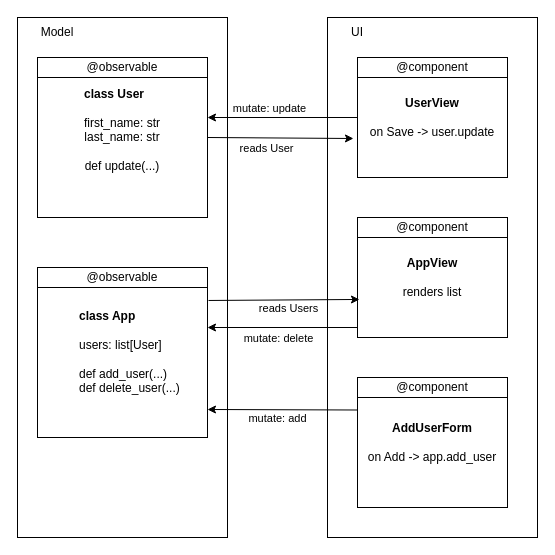
Before: website/static/docs/assets/cookbook/declarative-vs-imperative-crud-app/crud-declarative.drawio in flet-dev/flet, a draw.io diagram. Source tidied: cells renumbered, new cells numbered last; positions are measured from the earlier drawing's top-left corner, leaving out a move shared by most shapes. Both pictures are drawn from the tidied source at 100%, with x=0, y=0 at pixel (17, 17).
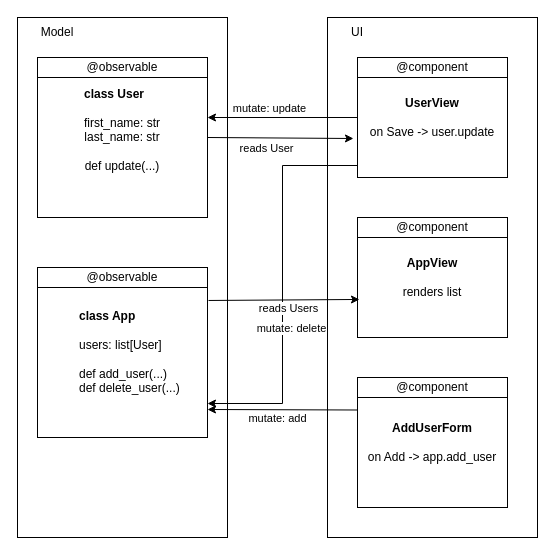
The same page after the edit.

Commit message (it also covers changes not shown here):
docs: fix declarative diagram's delete arrow, minor wording precision

Unchanged cells that the change refers to:
```xml
<mxCell id="4" value="&lt;b&gt;UserView&lt;/b&gt;&lt;div&gt;&lt;br&gt;&lt;/div&gt;&lt;div&gt;on Save -&amp;gt; user.update&lt;/div&gt;" style="rounded=0;whiteSpace=wrap;html=1;" parent="2" vertex="1">
  <mxGeometry x="30" y="40" width="150" height="120" as="geometry" />
</mxCell>
<mxCell id="17" value="&lt;blockquote style=&quot;margin: 0 0 0 40px; border: none; padding: 0px;&quot;&gt;&lt;b&gt;class App&lt;/b&gt;&lt;div&gt;&lt;br&gt;&lt;/div&gt;&lt;div&gt;users: list[User]&lt;/div&gt;&lt;div&gt;&lt;br&gt;&lt;/div&gt;&lt;div&gt;def add_user(...)&lt;/div&gt;&lt;div&gt;def delete_user(...)&lt;/div&gt;&lt;/blockquote&gt;" style="rounded=0;whiteSpace=wrap;html=1;align=left;" parent="16" vertex="1">
  <mxGeometry width="170" height="170" as="geometry" />
</mxCell>
```

Change to the diagram source:
```diff
@@
-    <mxCell id="21" style="endArrow=classic;html=1;rounded=0;" parent="1" edge="1">
-      <mxGeometry relative="1" as="geometry">
-        <mxPoint x="340" y="310" as="sourcePoint" />
-        <mxPoint x="190" y="310" as="targetPoint" />
-      </mxGeometry>
+    <mxCell id="21" style="edgeStyle=orthogonalEdgeStyle;rounded=0;jettySize=auto;html=1;exitX=0;exitY=0.9;exitDx=0;exitDy=0;entryX=1;entryY=0.8;entryDx=0;entryDy=0;entryPerimeter=0;" parent="1" edge="1" source="4" target="17">
+      <mxGeometry relative="1" as="geometry" />
     </mxCell>
```
